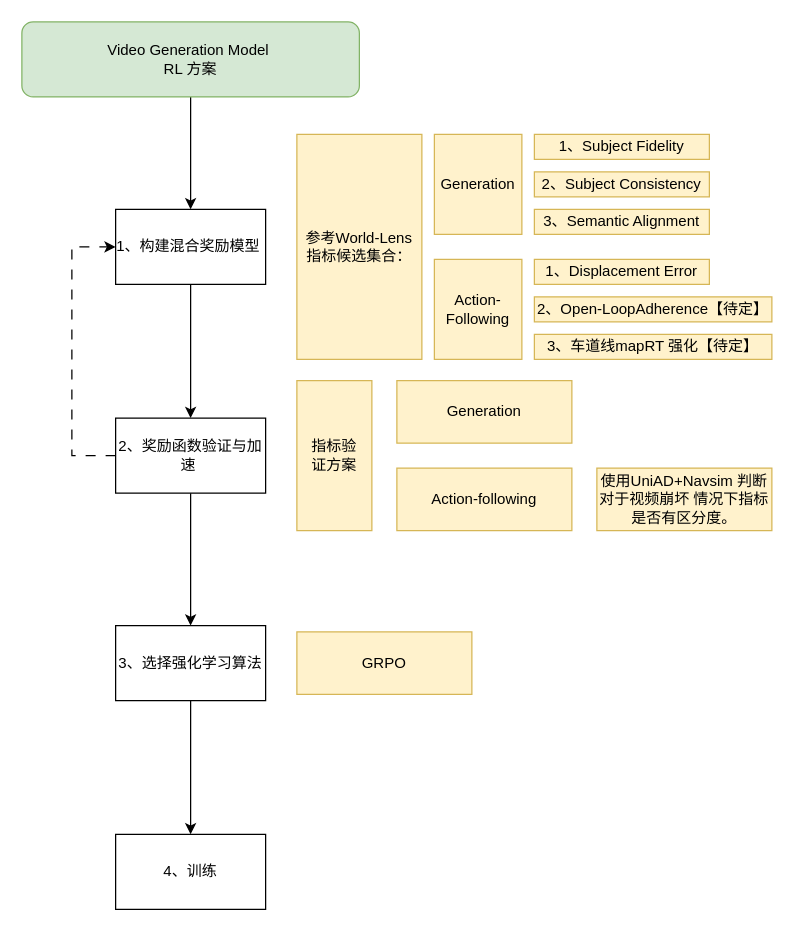
NinoNeumann/drawio_projects keeps this draw.io diagram as 未命名绘图.drawio. Above is the earlier version. Source tidied: cells renumbered, new cells numbered last; positions are measured from the earlier drawing's top-left corner, leaving out a move shared by most shapes. Both pictures are drawn from the tidied source at 125%, with x=0, y=0 at pixel (21, 21).
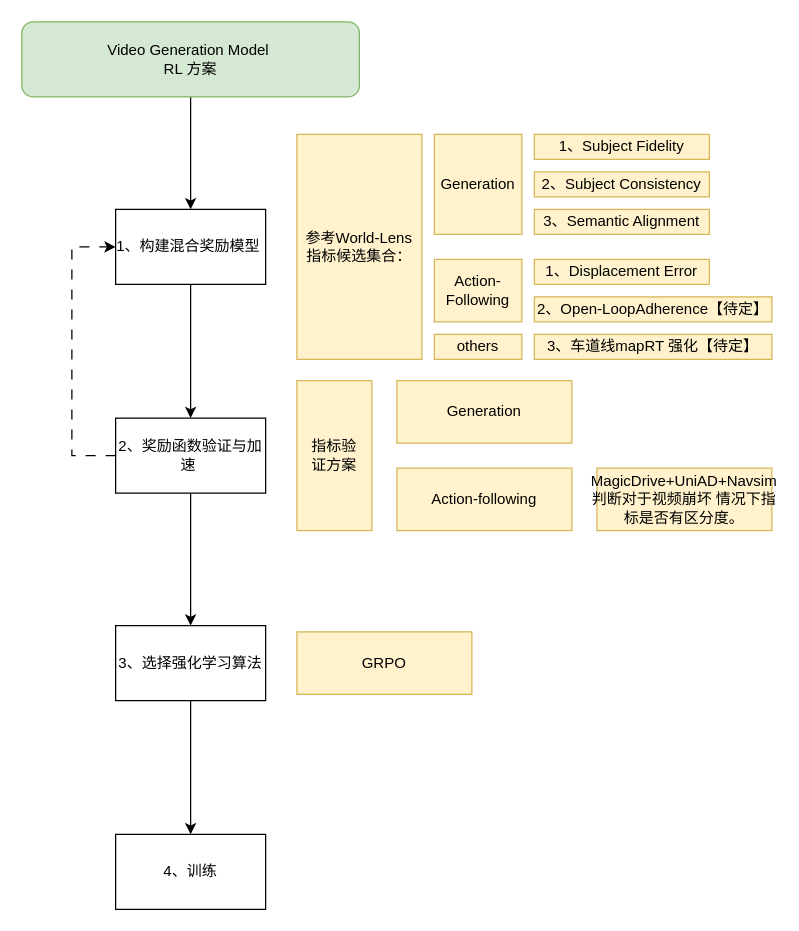
After the change.

Commit message:
shl update duty part

The edit, as a diff of the source:
```diff
@@
-    <mxCell id="16" value="使用UniAD+Navsim 判断对于视频崩坏 情况下指标是否有区分度。" style="rounded=0;whiteSpace=wrap;html=1;fillColor=#fff2cc;strokeColor=#d6b656;" parent="1" vertex="1">
+    <mxCell id="16" value="MagicDrive+&lt;span style=&quot;background-color: transparent; color: light-dark(rgb(0, 0, 0), rgb(255, 255, 255));&quot;&gt;UniAD+Navsim 判断对于视频崩坏 情况下指标是否有区分度。&lt;/span&gt;" style="rounded=0;whiteSpace=wrap;html=1;fillColor=#fff2cc;strokeColor=#d6b656;" parent="1" vertex="1">
       <mxGeometry x="460" y="357" width="140" height="50" as="geometry" />
     </mxCell>
@@
     <mxCell id="19" value="Action-&lt;div&gt;Following&lt;/div&gt;" style="rounded=0;whiteSpace=wrap;html=1;fillColor=#fff2cc;strokeColor=#d6b656;" parent="1" vertex="1">
-      <mxGeometry x="330" y="190" width="70" height="80" as="geometry" />
+      <mxGeometry x="330" y="190" width="70" height="50" as="geometry" />
     </mxCell>
@@
+    <mxCell id="26" value="others" style="rounded=0;whiteSpace=wrap;html=1;fillColor=#fff2cc;strokeColor=#d6b656;" parent="1" vertex="1">
+      <mxGeometry x="330" y="250" width="70" height="20" as="geometry" />
+    </mxCell>
```
